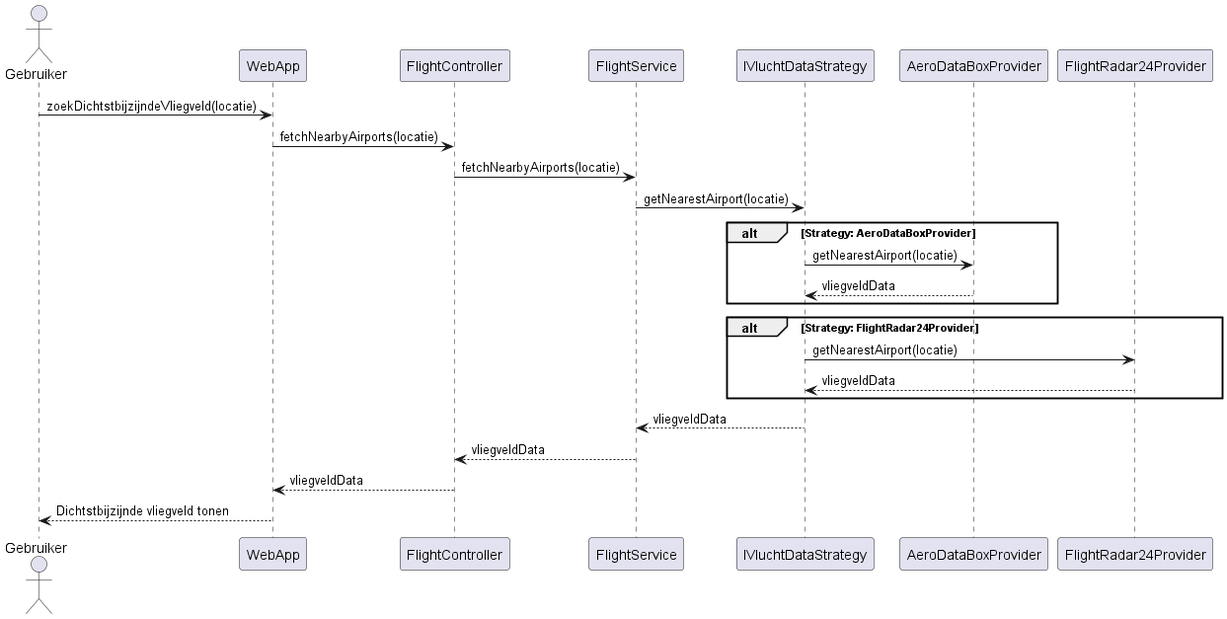
The PlantUML diagram opdracht-diagrammen/sequenceDiagramFindNearestAirport.png in AIM-ENE-feb25/triptop-groep-b2, before a commit. The source it was exported from:
```plantuml
@startuml
actor Gebruiker
participant WebApp
participant FlightController
participant FlightService
participant IVluchtDataStrategy
participant AeroDataBoxProvider
participant FlightRadar24Provider

Gebruiker -> WebApp : zoekDichtstbijzijndeVliegveld(locatie)
WebApp -> FlightController : fetchNearbyAirports(locatie)
FlightController -> FlightService : fetchNearbyAirports(locatie)
FlightService -> IVluchtDataStrategy : getNearestAirport(locatie)

alt Strategy: AeroDataBoxProvider
    IVluchtDataStrategy -> AeroDataBoxProvider : getNearestAirport(locatie)
    AeroDataBoxProvider --> IVluchtDataStrategy : vliegveldData
end

alt Strategy: FlightRadar24Provider
    IVluchtDataStrategy -> FlightRadar24Provider : getNearestAirport(locatie)
    FlightRadar24Provider --> IVluchtDataStrategy : vliegveldData
end

IVluchtDataStrategy --> FlightService : vliegveldData
FlightService --> FlightController : vliegveldData
FlightController --> WebApp : vliegveldData
WebApp --> Gebruiker : Dichtstbijzijnde vliegveld tonen
@enduml
```
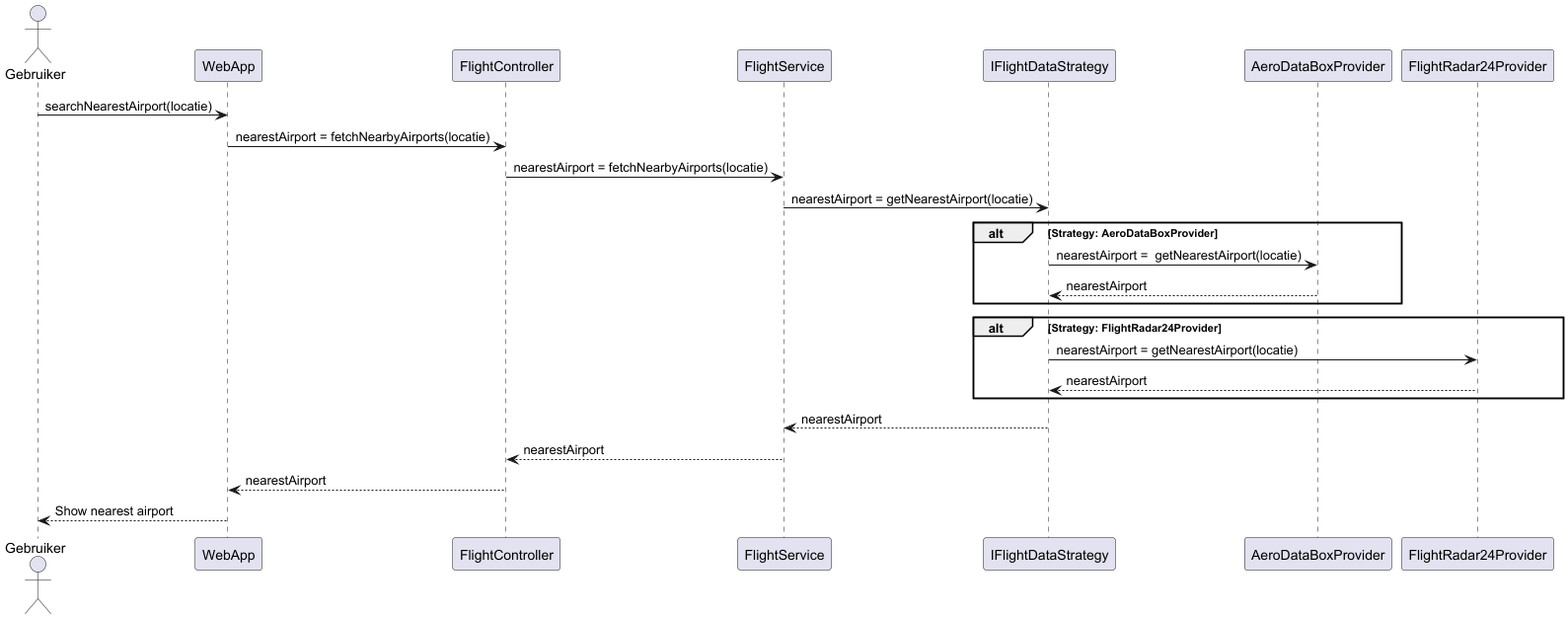
The same diagram one commit later.

The edit, as a diff of the source:
```diff
@@ -3,27 +3,27 @@
 participant WebApp
 participant FlightController
 participant FlightService
-participant IVluchtDataStrategy
+participant IFlightDataStrategy
 participant AeroDataBoxProvider
 participant FlightRadar24Provider
 
-Gebruiker -> WebApp : zoekDichtstbijzijndeVliegveld(locatie)
-WebApp -> FlightController : fetchNearbyAirports(locatie)
-FlightController -> FlightService : fetchNearbyAirports(locatie)
-FlightService -> IVluchtDataStrategy : getNearestAirport(locatie)
+Gebruiker -> WebApp : searchNearestAirport(locatie)
+WebApp -> FlightController : nearestAirport = fetchNearbyAirports(locatie)
+FlightController -> FlightService : nearestAirport = fetchNearbyAirports(locatie)
+FlightService -> IFlightDataStrategy : nearestAirport = getNearestAirport(locatie)
 
 alt Strategy: AeroDataBoxProvider
-    IVluchtDataStrategy -> AeroDataBoxProvider : getNearestAirport(locatie)
-    AeroDataBoxProvider --> IVluchtDataStrategy : vliegveldData
+    IFlightDataStrategy -> AeroDataBoxProvider :nearestAirport =  getNearestAirport(locatie)
+    AeroDataBoxProvider --> IFlightDataStrategy : nearestAirport
 end
 
 alt Strategy: FlightRadar24Provider
-    IVluchtDataStrategy -> FlightRadar24Provider : getNearestAirport(locatie)
-    FlightRadar24Provider --> IVluchtDataStrategy : vliegveldData
+    IFlightDataStrategy -> FlightRadar24Provider : nearestAirport = getNearestAirport(locatie)
+    FlightRadar24Provider --> IFlightDataStrategy : nearestAirport
 end
 
-IVluchtDataStrategy --> FlightService : vliegveldData
-FlightService --> FlightController : vliegveldData
-FlightController --> WebApp : vliegveldData
-WebApp --> Gebruiker : Dichtstbijzijnde vliegveld tonen
+IFlightDataStrategy --> FlightService : nearestAirport
+FlightService --> FlightController : nearestAirport
+FlightController --> WebApp : nearestAirport
+WebApp --> Gebruiker : Show nearest airport
 @enduml
```
